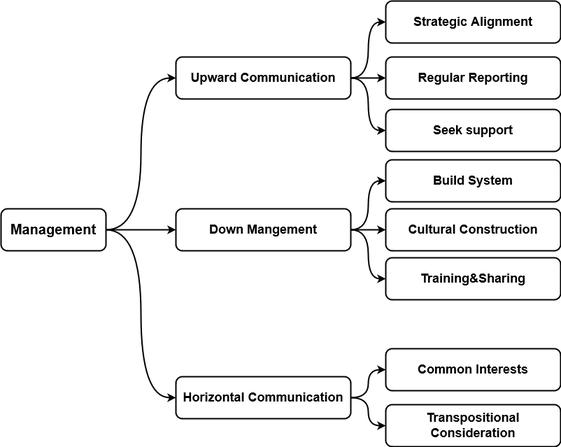
jackie-thank/beego-authz keeps this draw.io diagram as product&architecture&management.drawio.png. Above is the earlier version. Source tidied: cells renumbered, new cells last; positions are measured from the earlier drawing's top-left corner, leaving out a move shared by most shapes.
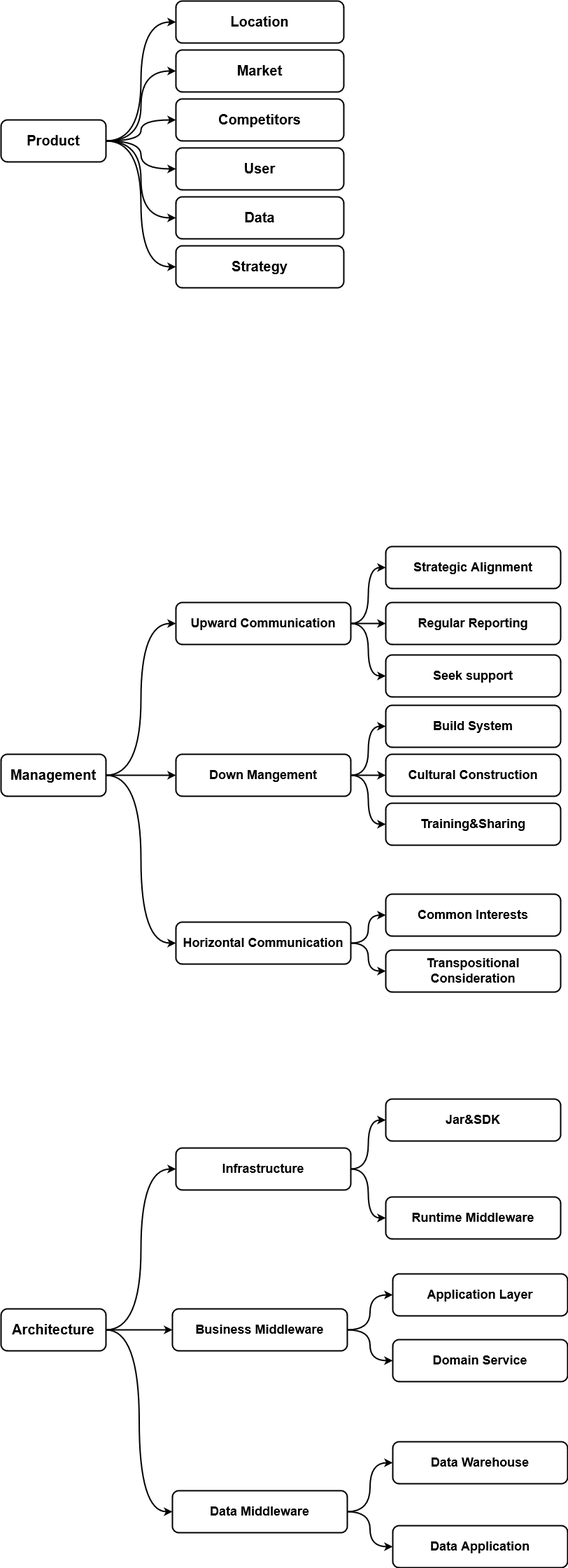
The same file after the commit.

What changed in the source:
```diff
@@ -71,5 +71,101 @@
     <mxCell id="24" value="Transpositional Consideration" style="rounded=1;whiteSpace=wrap;html=1;strokeWidth=2;fontSize=18;fontColor=#000000;fontStyle=1;" parent="1" vertex="1">
       <mxGeometry x="550" y="577" width="250" height="60" as="geometry" />
     </mxCell>
+    <mxCell id="25" style="edgeStyle=orthogonalEdgeStyle;rounded=0;jettySize=auto;html=1;exitX=1;exitY=0.5;exitDx=0;exitDy=0;entryX=0;entryY=0.5;entryDx=0;entryDy=0;strokeWidth=2;curved=1;" parent="1" edge="1" source="31" target="32">
+      <mxGeometry relative="1" as="geometry" />
+    </mxCell>
+    <mxCell id="26" style="edgeStyle=orthogonalEdgeStyle;curved=1;rounded=0;jettySize=auto;html=1;exitX=1;exitY=0.5;exitDx=0;exitDy=0;entryX=0;entryY=0.5;entryDx=0;entryDy=0;strokeWidth=2;" parent="1" edge="1" source="31" target="37">
+      <mxGeometry relative="1" as="geometry" />
+    </mxCell>
+    <mxCell id="27" style="edgeStyle=orthogonalEdgeStyle;curved=1;rounded=0;jettySize=auto;html=1;exitX=1;exitY=0.5;exitDx=0;exitDy=0;entryX=0;entryY=0.5;entryDx=0;entryDy=0;strokeWidth=2;" parent="1" edge="1" source="31" target="36">
+      <mxGeometry relative="1" as="geometry" />
+    </mxCell>
+    <mxCell id="28" style="edgeStyle=orthogonalEdgeStyle;curved=1;rounded=0;jettySize=auto;html=1;exitX=1;exitY=0.5;exitDx=0;exitDy=0;entryX=0;entryY=0.5;entryDx=0;entryDy=0;strokeWidth=2;" parent="1" edge="1" source="31" target="35">
+      <mxGeometry relative="1" as="geometry" />
+    </mxCell>
+    <mxCell id="29" style="edgeStyle=orthogonalEdgeStyle;curved=1;rounded=0;jettySize=auto;html=1;entryX=0;entryY=0.5;entryDx=0;entryDy=0;strokeWidth=2;exitX=1;exitY=0.5;exitDx=0;exitDy=0;" parent="1" edge="1" source="31" target="33">
+      <mxGeometry relative="1" as="geometry" />
+    </mxCell>
+    <mxCell id="30" style="edgeStyle=orthogonalEdgeStyle;curved=1;rounded=0;jettySize=auto;html=1;exitX=1;exitY=0.5;exitDx=0;exitDy=0;strokeWidth=2;" parent="1" edge="1" source="31" target="34">
+      <mxGeometry relative="1" as="geometry" />
+    </mxCell>
+    <mxCell id="31" value="&lt;div&gt;Product&lt;/div&gt;" style="rounded=1;whiteSpace=wrap;html=1;strokeWidth=2;fontSize=20;fontColor=#000000;fontStyle=1;" parent="1" vertex="1">
+      <mxGeometry y="-610" width="150" height="60" as="geometry" />
+    </mxCell>
+    <mxCell id="32" value="Location" style="rounded=1;whiteSpace=wrap;html=1;strokeWidth=2;fontSize=20;fontColor=#000000;fontStyle=1;" parent="1" vertex="1">
+      <mxGeometry x="250" y="-780" width="240" height="60" as="geometry" />
+    </mxCell>
+    <mxCell id="33" value="Market" style="rounded=1;whiteSpace=wrap;html=1;strokeWidth=2;fontSize=20;fontColor=#000000;fontStyle=1;" parent="1" vertex="1">
+      <mxGeometry x="250" y="-710" width="240" height="60" as="geometry" />
+    </mxCell>
+    <mxCell id="34" value="Competitors" style="rounded=1;whiteSpace=wrap;html=1;strokeWidth=2;fontSize=20;fontColor=#000000;fontStyle=1;" parent="1" vertex="1">
+      <mxGeometry x="250" y="-640" width="240" height="60" as="geometry" />
+    </mxCell>
+    <mxCell id="35" value="User" style="rounded=1;whiteSpace=wrap;html=1;strokeWidth=2;fontSize=20;fontColor=#000000;fontStyle=1;" parent="1" vertex="1">
+      <mxGeometry x="250" y="-570" width="240" height="60" as="geometry" />
+    </mxCell>
+    <mxCell id="36" value="Data" style="rounded=1;whiteSpace=wrap;html=1;strokeWidth=2;fontSize=20;fontColor=#000000;fontStyle=1;" parent="1" vertex="1">
+      <mxGeometry x="250" y="-500" width="240" height="60" as="geometry" />
+    </mxCell>
+    <mxCell id="37" value="Strategy" style="rounded=1;whiteSpace=wrap;html=1;strokeWidth=2;fontSize=20;fontColor=#000000;fontStyle=1;" parent="1" vertex="1">
+      <mxGeometry x="250" y="-430" width="240" height="60" as="geometry" />
+    </mxCell>
+    <mxCell id="38" style="edgeStyle=orthogonalEdgeStyle;curved=1;rounded=0;jettySize=auto;html=1;exitX=1;exitY=0.5;exitDx=0;exitDy=0;entryX=0;entryY=0.5;entryDx=0;entryDy=0;strokeWidth=2;" parent="1" edge="1" source="41" target="44">
+      <mxGeometry relative="1" as="geometry" />
+    </mxCell>
+    <mxCell id="39" style="edgeStyle=orthogonalEdgeStyle;curved=1;rounded=0;jettySize=auto;html=1;exitX=1;exitY=0.5;exitDx=0;exitDy=0;entryX=0;entryY=0.5;entryDx=0;entryDy=0;strokeWidth=2;" parent="1" edge="1" source="41" target="47">
+      <mxGeometry relative="1" as="geometry" />
+    </mxCell>
+    <mxCell id="40" style="edgeStyle=orthogonalEdgeStyle;curved=1;rounded=0;jettySize=auto;html=1;exitX=1;exitY=0.5;exitDx=0;exitDy=0;entryX=0;entryY=0.5;entryDx=0;entryDy=0;strokeWidth=2;" parent="1" edge="1" source="41" target="50">
+      <mxGeometry relative="1" as="geometry" />
+    </mxCell>
+    <mxCell id="41" value="Architecture" style="rounded=1;whiteSpace=wrap;html=1;strokeWidth=2;fontSize=20;fontColor=#000000;fontStyle=1;" parent="1" vertex="1">
+      <mxGeometry y="1090" width="150" height="60" as="geometry" />
+    </mxCell>
+    <mxCell id="42" style="edgeStyle=orthogonalEdgeStyle;curved=1;rounded=0;jettySize=auto;html=1;exitX=1;exitY=0.5;exitDx=0;exitDy=0;entryX=0;entryY=0.5;entryDx=0;entryDy=0;strokeWidth=2;" parent="1" edge="1" source="44" target="55">
+      <mxGeometry relative="1" as="geometry" />
+    </mxCell>
+    <mxCell id="43" style="edgeStyle=orthogonalEdgeStyle;curved=1;rounded=0;jettySize=auto;html=1;exitX=1;exitY=0.5;exitDx=0;exitDy=0;entryX=0;entryY=0.5;entryDx=0;entryDy=0;strokeWidth=2;" parent="1" edge="1" source="44" target="56">
+      <mxGeometry relative="1" as="geometry" />
+    </mxCell>
+    <mxCell id="44" value="Infrastructure" style="rounded=1;whiteSpace=wrap;html=1;strokeWidth=2;fontSize=18;fontColor=#000000;fontStyle=1;" parent="1" vertex="1">
+      <mxGeometry x="250" y="860" width="250" height="60" as="geometry" />
+    </mxCell>
+    <mxCell id="45" style="edgeStyle=orthogonalEdgeStyle;curved=1;rounded=0;jettySize=auto;html=1;exitX=1;exitY=0.5;exitDx=0;exitDy=0;entryX=0;entryY=0.5;entryDx=0;entryDy=0;strokeWidth=2;" parent="1" edge="1" source="47" target="51">
+      <mxGeometry relative="1" as="geometry" />
+    </mxCell>
+    <mxCell id="46" style="edgeStyle=orthogonalEdgeStyle;curved=1;rounded=0;jettySize=auto;html=1;exitX=1;exitY=0.5;exitDx=0;exitDy=0;strokeWidth=2;entryX=0;entryY=0.5;entryDx=0;entryDy=0;" parent="1" edge="1" source="47" target="52">
+      <mxGeometry relative="1" as="geometry" />
+    </mxCell>
+    <mxCell id="47" value="Business Middleware" style="rounded=1;whiteSpace=wrap;html=1;strokeWidth=2;fontSize=18;fontColor=#000000;fontStyle=1;" parent="1" vertex="1">
+      <mxGeometry x="245" y="1090" width="250" height="60" as="geometry" />
+    </mxCell>
+    <mxCell id="48" style="edgeStyle=orthogonalEdgeStyle;curved=1;rounded=0;jettySize=auto;html=1;exitX=1;exitY=0.5;exitDx=0;exitDy=0;entryX=0;entryY=0.5;entryDx=0;entryDy=0;strokeWidth=2;" parent="1" edge="1" source="50" target="53">
+      <mxGeometry relative="1" as="geometry" />
+    </mxCell>
+    <mxCell id="49" style="edgeStyle=orthogonalEdgeStyle;curved=1;rounded=0;jettySize=auto;html=1;exitX=1;exitY=0.5;exitDx=0;exitDy=0;entryX=0;entryY=0.5;entryDx=0;entryDy=0;strokeWidth=2;" parent="1" edge="1" source="50" target="54">
+      <mxGeometry relative="1" as="geometry" />
+    </mxCell>
+    <mxCell id="50" value="Data Middleware" style="rounded=1;whiteSpace=wrap;html=1;strokeWidth=2;fontSize=18;fontColor=#000000;fontStyle=1;" parent="1" vertex="1">
+      <mxGeometry x="245" y="1350" width="250" height="60" as="geometry" />
+    </mxCell>
+    <mxCell id="51" value="Application Layer" style="rounded=1;whiteSpace=wrap;html=1;strokeWidth=2;fontSize=18;fontColor=#000000;fontStyle=1;" parent="1" vertex="1">
+      <mxGeometry x="560" y="1040" width="250" height="60" as="geometry" />
+    </mxCell>
+    <mxCell id="52" value="Domain Service" style="rounded=1;whiteSpace=wrap;html=1;strokeWidth=2;fontSize=18;fontColor=#000000;fontStyle=1;" parent="1" vertex="1">
+      <mxGeometry x="560" y="1134" width="250" height="60" as="geometry" />
+    </mxCell>
+    <mxCell id="53" value="Data Warehouse" style="rounded=1;whiteSpace=wrap;html=1;strokeWidth=2;fontSize=18;fontColor=#000000;fontStyle=1;" parent="1" vertex="1">
+      <mxGeometry x="560" y="1280" width="250" height="60" as="geometry" />
+    </mxCell>
+    <mxCell id="54" value="Data Application" style="rounded=1;whiteSpace=wrap;html=1;strokeWidth=2;fontSize=18;fontColor=#000000;fontStyle=1;" parent="1" vertex="1">
+      <mxGeometry x="560" y="1400" width="250" height="60" as="geometry" />
+    </mxCell>
+    <mxCell id="55" value="Jar&amp;amp;SDK" style="rounded=1;whiteSpace=wrap;html=1;strokeWidth=2;fontSize=18;fontColor=#000000;fontStyle=1;" parent="1" vertex="1">
+      <mxGeometry x="550" y="790" width="250" height="60" as="geometry" />
+    </mxCell>
+    <mxCell id="56" value="Runtime Middleware" style="rounded=1;whiteSpace=wrap;html=1;strokeWidth=2;fontSize=18;fontColor=#000000;fontStyle=1;" parent="1" vertex="1">
+      <mxGeometry x="550" y="930" width="250" height="60" as="geometry" />
+    </mxCell>
   </root>
 </mxGraphModel>
```
